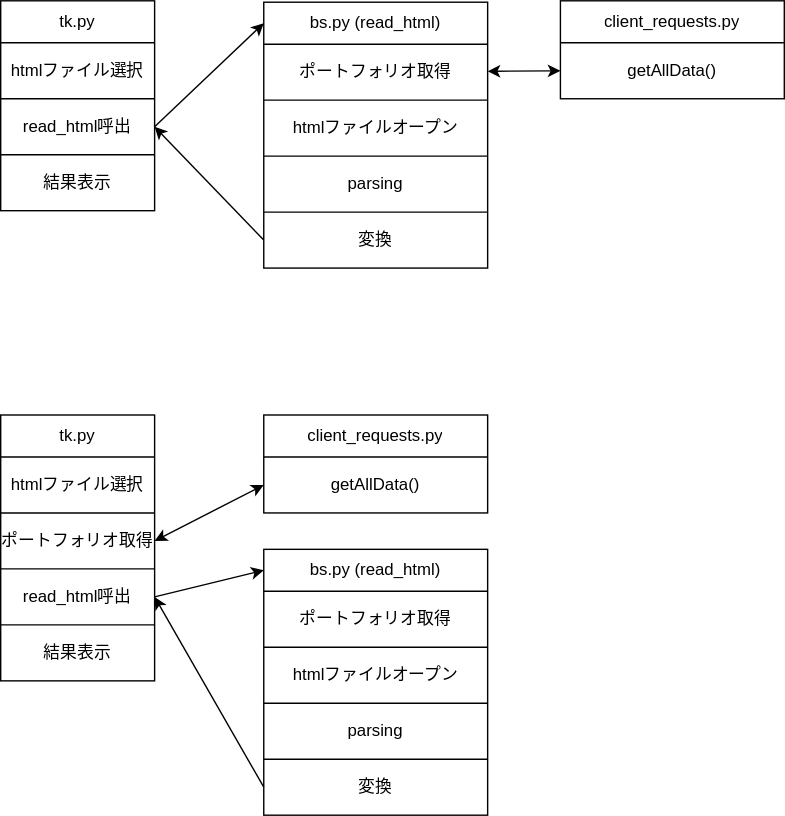
The draw.io diagram docs/modules.drawio.svg in of3jlmssoo/djangorest-simple-app, before a commit. Source tidied: cells renumbered, new cells last; positions are measured from the earlier drawing's top-left corner, leaving out a move shared by most shapes.
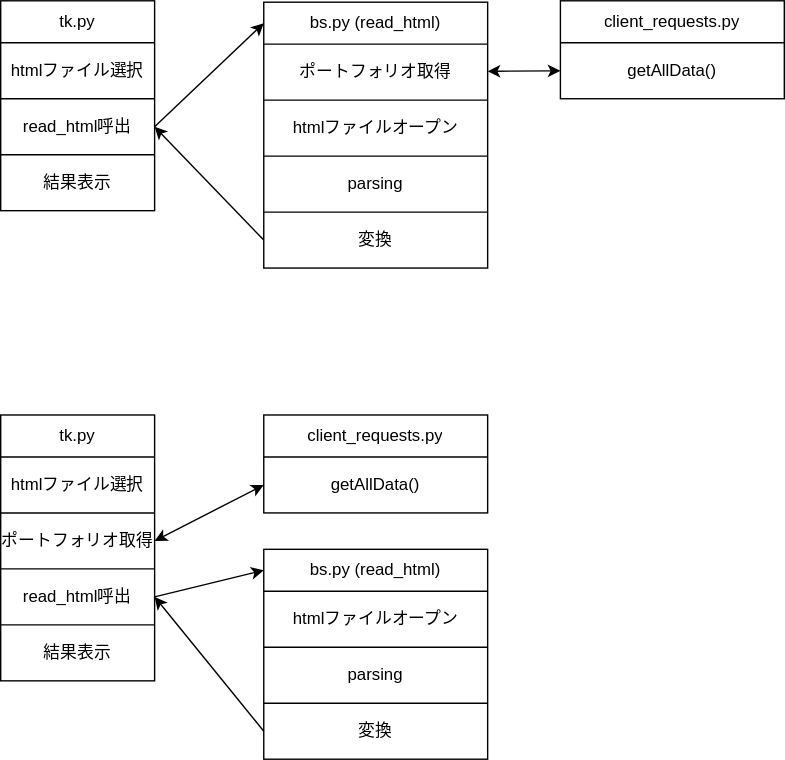
Above is the later version.

Change to the diagram source:
```diff
@@ -120,7 +120,7 @@
       <mxGeometry width="110" height="40" as="geometry" />
     </mxCell>
     <mxCell id="41" style="shape=table;html=1;whiteSpace=wrap;startSize=0;" parent="1" vertex="1">
-      <mxGeometry x="188" y="392" width="160" height="190" as="geometry" />
+      <mxGeometry x="188" y="392" width="160" height="150" as="geometry" />
     </mxCell>
     <mxCell id="42" style="shape=partialRectangle;html=1;whiteSpace=wrap;fillColor=none;top=0;left=0;bottom=0;right=0;points=[[0,0.5],[1,0.5]];portConstraint=eastwest;" parent="41" vertex="1">
       <mxGeometry width="160" height="30" as="geometry" />
@@ -128,26 +128,20 @@
     <mxCell id="43" value="bs.py (read_html)" style="shape=partialRectangle;html=1;whiteSpace=wrap;fillColor=none;top=0;left=0;bottom=0;right=0;overflow=hidden;" parent="42" vertex="1">
       <mxGeometry width="160" height="30" as="geometry" />
     </mxCell>
-    <mxCell id="44" style="shape=partialRectangle;html=1;whiteSpace=wrap;fillColor=none;top=0;left=0;bottom=0;right=0;" parent="41" vertex="1">
-      <mxGeometry y="30" width="160" height="40" as="geometry" />
-    </mxCell>
-    <mxCell id="45" value="ポートフォリオ取得" style="shape=partialRectangle;html=1;whiteSpace=wrap;fillColor=none;top=0;left=0;bottom=0;right=0;overflow=hidden;" parent="44" vertex="1">
-      <mxGeometry width="160" height="40" as="geometry" />
-    </mxCell>
     <mxCell id="46" style="shape=partialRectangle;html=1;whiteSpace=wrap;fillColor=none;top=0;left=0;bottom=0;right=0;" parent="41" vertex="1">
-      <mxGeometry y="70" width="160" height="40" as="geometry" />
+      <mxGeometry y="30" width="160" height="40" as="geometry" />
     </mxCell>
     <mxCell id="47" value="htmlファイルオープン" style="shape=partialRectangle;html=1;whiteSpace=wrap;fillColor=none;top=0;left=0;bottom=0;right=0;overflow=hidden;" parent="46" vertex="1">
       <mxGeometry width="160" height="40" as="geometry" />
     </mxCell>
     <mxCell id="48" style="shape=partialRectangle;html=1;whiteSpace=wrap;fillColor=none;top=0;left=0;bottom=0;right=0;" parent="41" vertex="1">
-      <mxGeometry y="110" width="160" height="40" as="geometry" />
+      <mxGeometry y="70" width="160" height="40" as="geometry" />
     </mxCell>
     <mxCell id="49" value="parsing" style="shape=partialRectangle;html=1;whiteSpace=wrap;fillColor=none;top=0;left=0;bottom=0;right=0;overflow=hidden;" parent="48" vertex="1">
       <mxGeometry width="160" height="40" as="geometry" />
     </mxCell>
     <mxCell id="50" style="shape=partialRectangle;html=1;whiteSpace=wrap;fillColor=none;top=0;left=0;bottom=0;right=0;points=[[0,0.5],[1,0.5]];portConstraint=eastwest;" parent="41" vertex="1">
-      <mxGeometry y="150" width="160" height="40" as="geometry" />
+      <mxGeometry y="110" width="160" height="40" as="geometry" />
     </mxCell>
     <mxCell id="51" value="変換" style="shape=partialRectangle;html=1;whiteSpace=wrap;fillColor=none;top=0;left=0;bottom=0;right=0;overflow=hidden;" parent="50" vertex="1">
       <mxGeometry width="160" height="40" as="geometry" />
```
